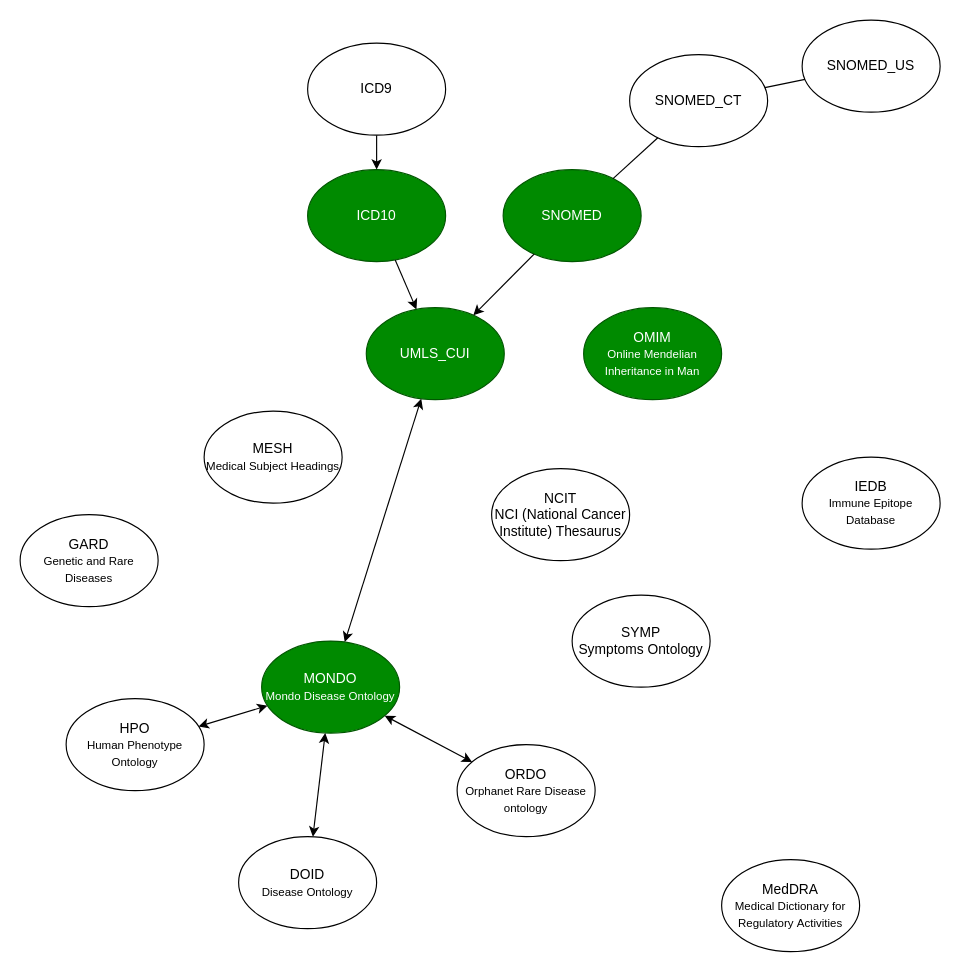
This is connecting_ontologies.drawio from KrishnaTO/ARI, a draw.io file, before an edit. Source tidied: cells renumbered, new cells numbered last; positions are measured from the earlier drawing's top-left corner, leaving out a move shared by most shapes. Both pictures are drawn from the tidied source at 115%, with x=0, y=0 at pixel (20, 20).
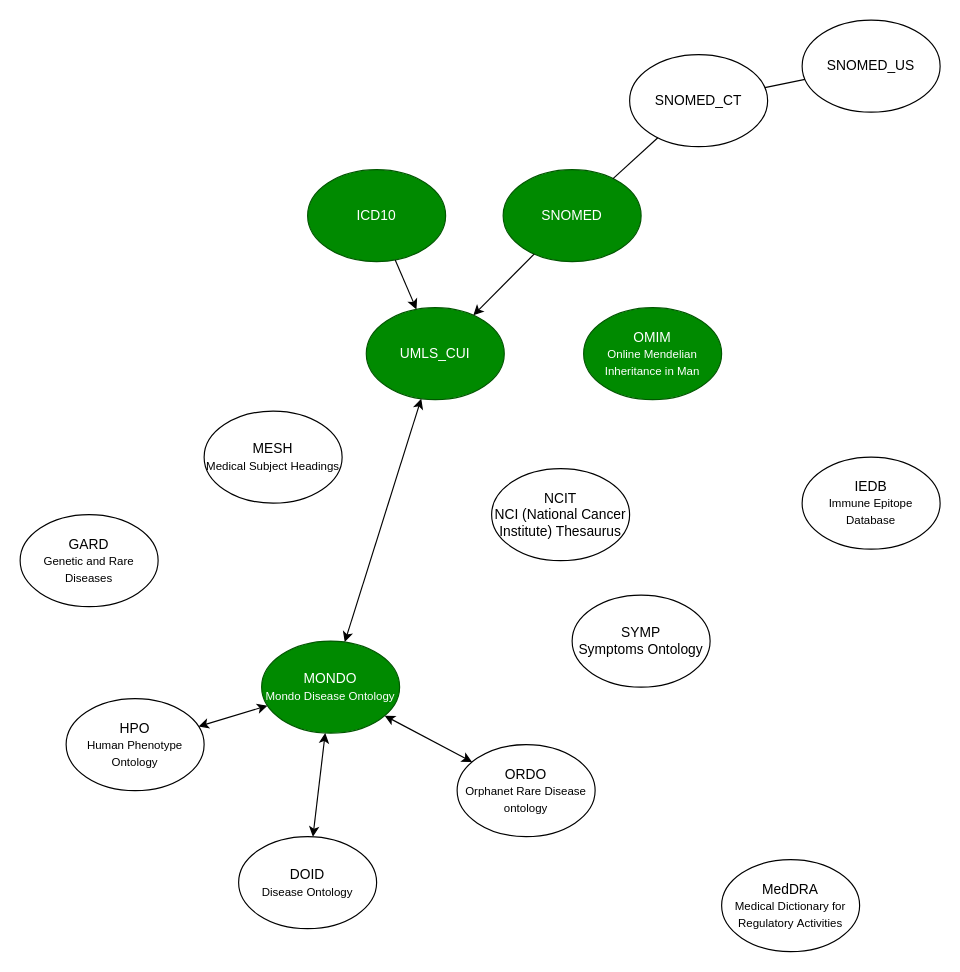
The same diagram, later.

The change refers to these unchanged cells:
```xml
<mxCell id="2" value="ICD10" style="ellipse;whiteSpace=wrap;html=1;fillColor=#008a00;fontColor=#ffffff;strokeColor=#005700;" parent="1" vertex="1">
  <mxGeometry x="250" y="130" width="120" height="80" as="geometry" />
</mxCell>
```

The edit, as a diff of the source:
```diff
@@
-    <mxCell id="3" style="edgeStyle=orthogonalEdgeStyle;rounded=0;jettySize=auto;html=1;" parent="1" edge="1" source="4" target="2">
-      <mxGeometry relative="1" as="geometry" />
-    </mxCell>
-    <mxCell id="4" value="ICD9" style="ellipse;whiteSpace=wrap;html=1;" parent="1" vertex="1">
-      <mxGeometry x="250" y="20" width="120" height="80" as="geometry" />
-    </mxCell>
```
